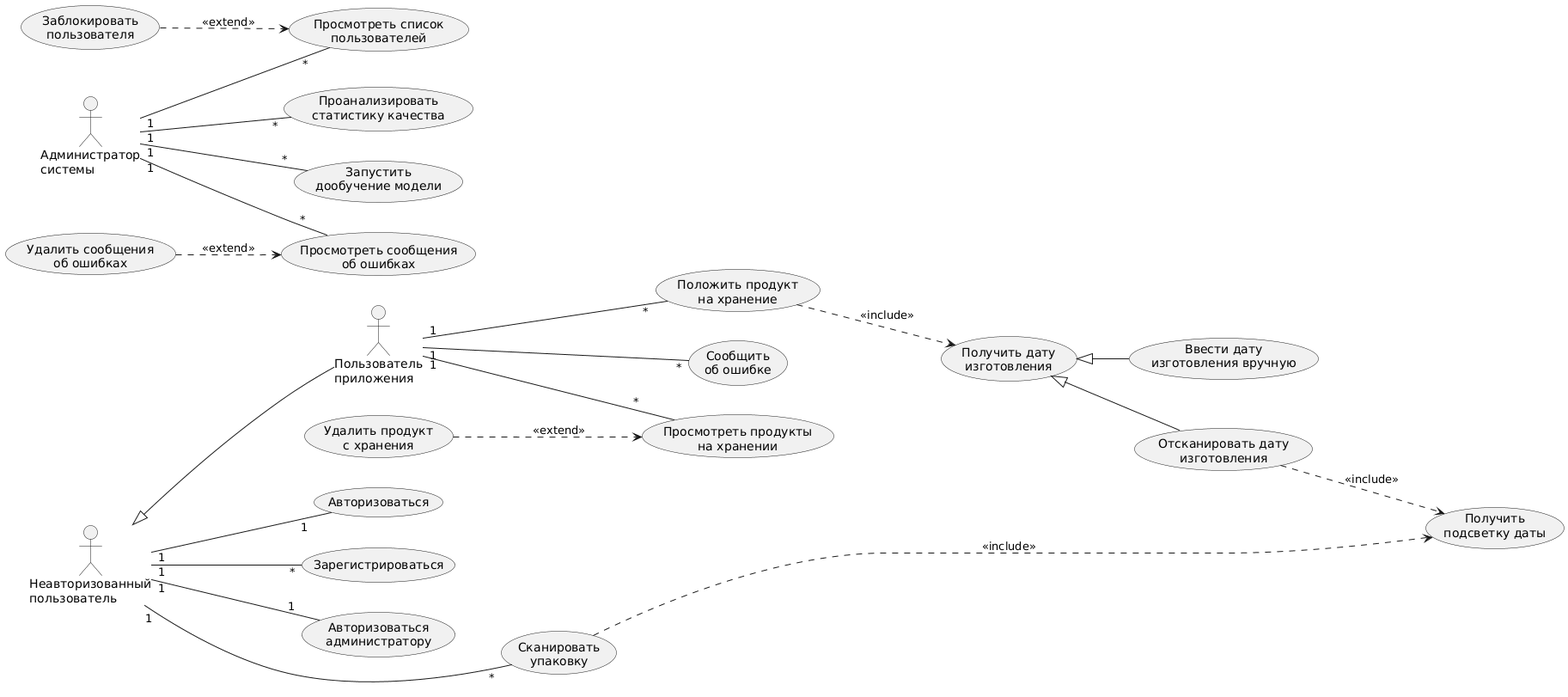
Above: docs/use-case.png in timourka/diplom (PlantUML), before the change.
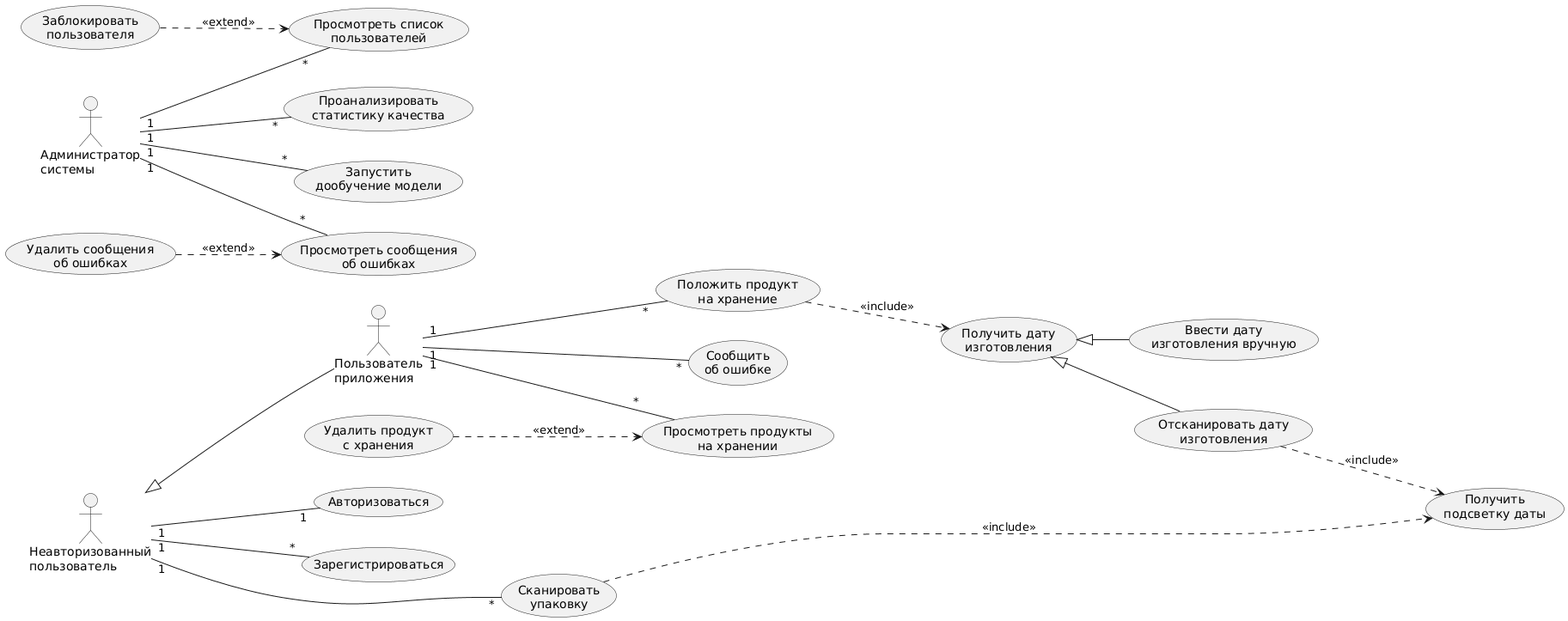
After the change.

Commit message:
ещё правки use case

What changed in the source:
```diff
@@ -21,7 +21,6 @@
 usecase "Отсканировать дату\nизготовления" as UC_ScanExprDate
 usecase "Ввести дату\nизготовления вручную" as UC_EnterExprDate
 
-usecase "Авторизоваться\nадминистратору" as UC_AuthAdmin
 usecase "Запустить\nдообучение модели" as UC_Retrain
 usecase "Проанализировать\nстатистику качества" as UC_Stats
 usecase "Просмотреть список\nпользователей" as UC_Users
@@ -32,7 +31,6 @@
 UserNotAuf "1" -- "*" UC_Register
 UserNotAuf "1" -- "1" UC_AuthUser
 UserNotAuf "1" -- "*" UC_Scan
-UserNotAuf "1" -- "1" UC_AuthAdmin
 
 User "1" -- "*" UC_Report
 User "1" -- "*" UC_Keep
```
